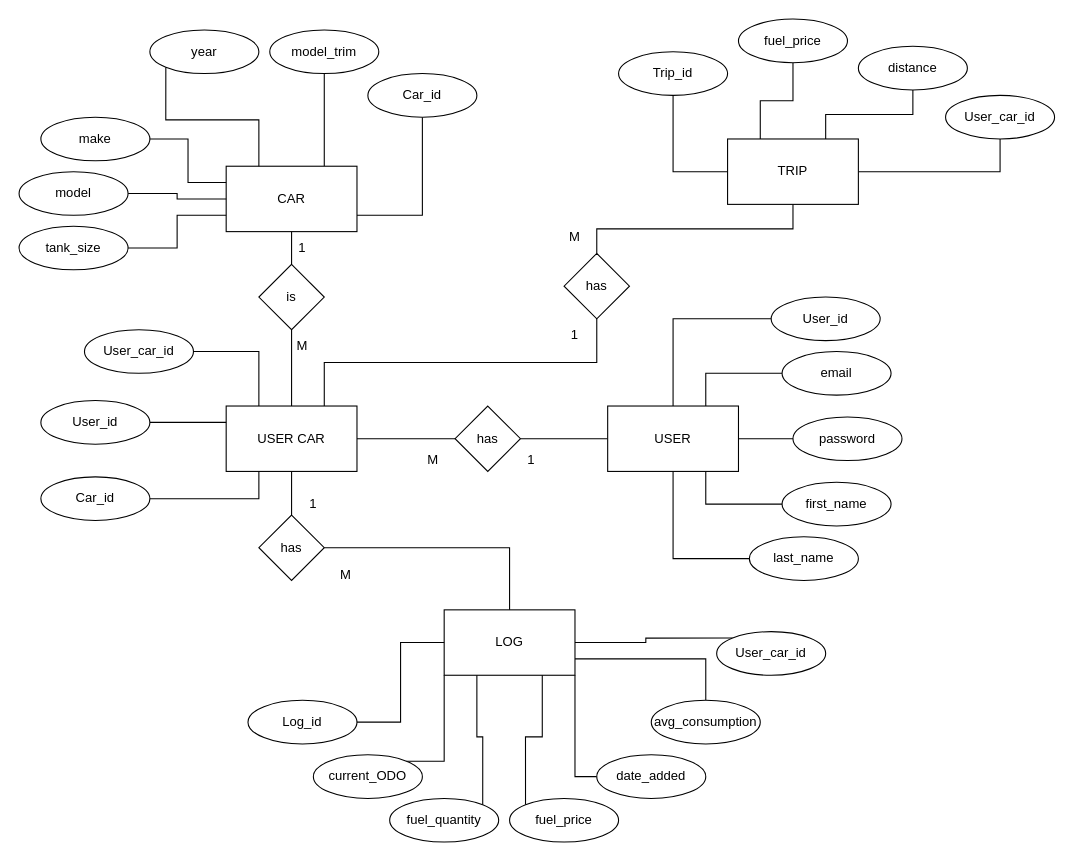
Earlier version of the draw.io diagram Fuel-log-API.drawio (jordansaker/ERDs). Source tidied: cells renumbered, new cells numbered last; positions are measured from the earlier drawing's top-left corner, leaving out a move shared by most shapes. Both pictures are drawn from the tidied source at 109%, with x=0, y=0 at pixel (19, 19).
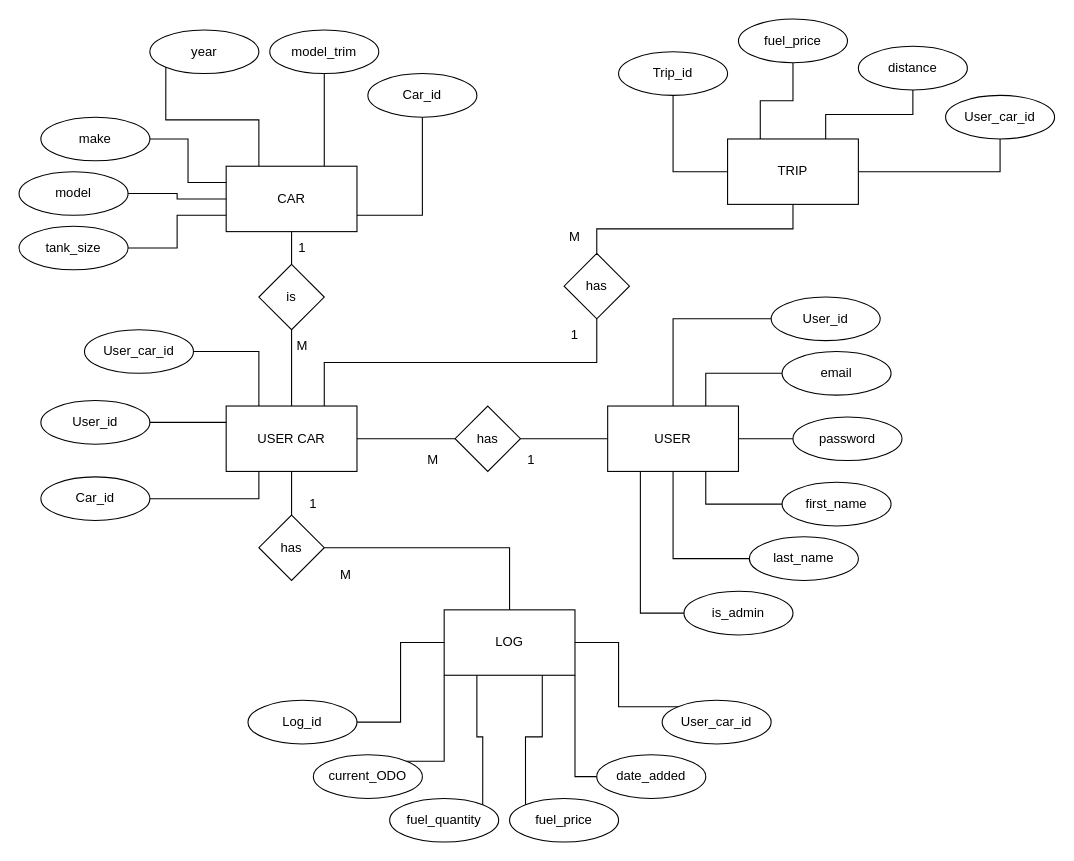
The same diagram, later.

The change refers to these unchanged cells:
```xml
<mxCell id="3" value="USER" style="rounded=0;whiteSpace=wrap;html=1;" parent="1" vertex="1">
  <mxGeometry x="540" y="355" width="120" height="60" as="geometry" />
</mxCell>
<mxCell id="7" value="LOG" style="rounded=0;whiteSpace=wrap;html=1;" parent="1" vertex="1">
  <mxGeometry x="390" y="542" width="120" height="60" as="geometry" />
</mxCell>
```

Change to the diagram source:
```diff
@@
-    <mxCell id="44" style="edgeStyle=orthogonalEdgeStyle;rounded=0;jettySize=auto;html=1;exitX=0.5;exitY=0;exitDx=0;exitDy=0;entryX=1;entryY=0.75;entryDx=0;entryDy=0;endArrow=none;endFill=0;" parent="1" edge="1" source="45" target="7">
-      <mxGeometry relative="1" as="geometry" />
-    </mxCell>
-    <mxCell id="45" value="avg_consumption" style="ellipse;whiteSpace=wrap;html=1;" parent="1" vertex="1">
-      <mxGeometry x="580" y="625" width="100" height="40" as="geometry" />
-    </mxCell>
@@
     <mxCell id="68" value="User_car_id" style="ellipse;whiteSpace=wrap;html=1;" parent="1" vertex="1">
-      <mxGeometry x="640" y="562" width="100" height="40" as="geometry" />
+      <mxGeometry x="590" y="625" width="100" height="40" as="geometry" />
     </mxCell>
@@
+    <mxCell id="77" style="edgeStyle=orthogonalEdgeStyle;rounded=0;jettySize=auto;html=1;exitX=0;exitY=0.5;exitDx=0;exitDy=0;entryX=0.25;entryY=1;entryDx=0;entryDy=0;endArrow=none;endFill=0;" parent="1" edge="1" source="78" target="3">
+      <mxGeometry relative="1" as="geometry" />
+    </mxCell>
+    <mxCell id="78" value="is_admin" style="ellipse;whiteSpace=wrap;html=1;" parent="1" vertex="1">
+      <mxGeometry x="610" y="525" width="100" height="40" as="geometry" />
+    </mxCell>
```
